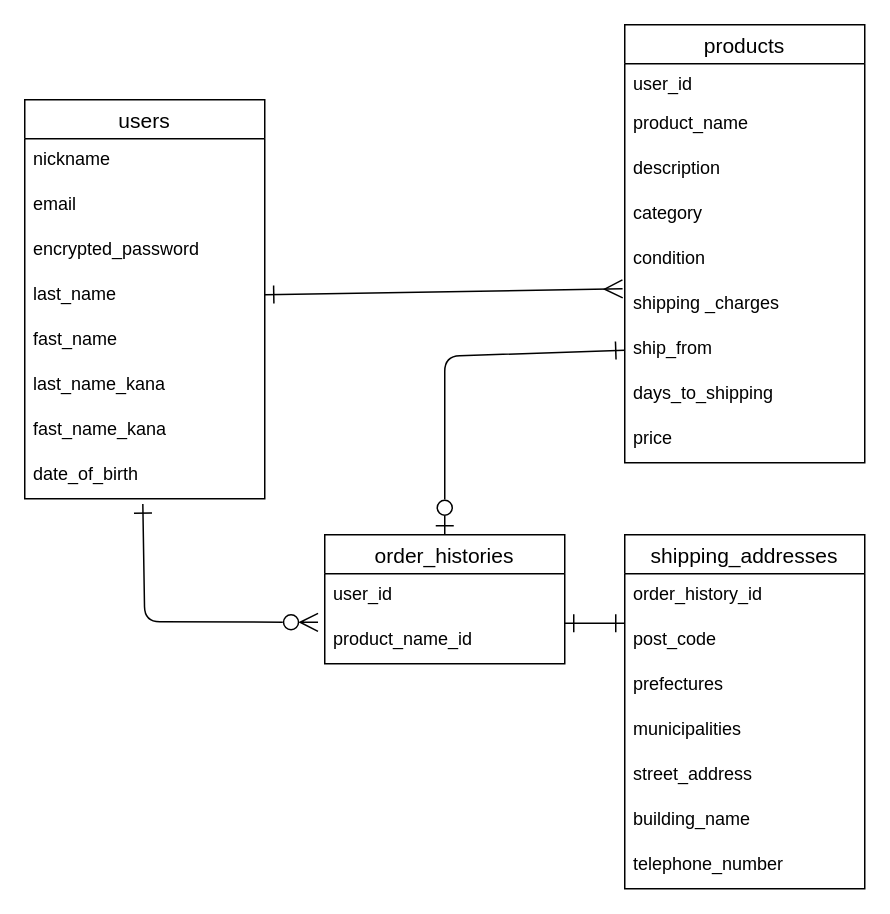
The draw.io diagram frima.dio in EngineerKubo/furima-40425, before the edit. Source tidied: cells renumbered, new cells numbered last; positions are measured from the earlier drawing's top-left corner, leaving out a move shared by most shapes. Both pictures are drawn from the tidied source at 150%, with x=0, y=0 at pixel (24, 24).
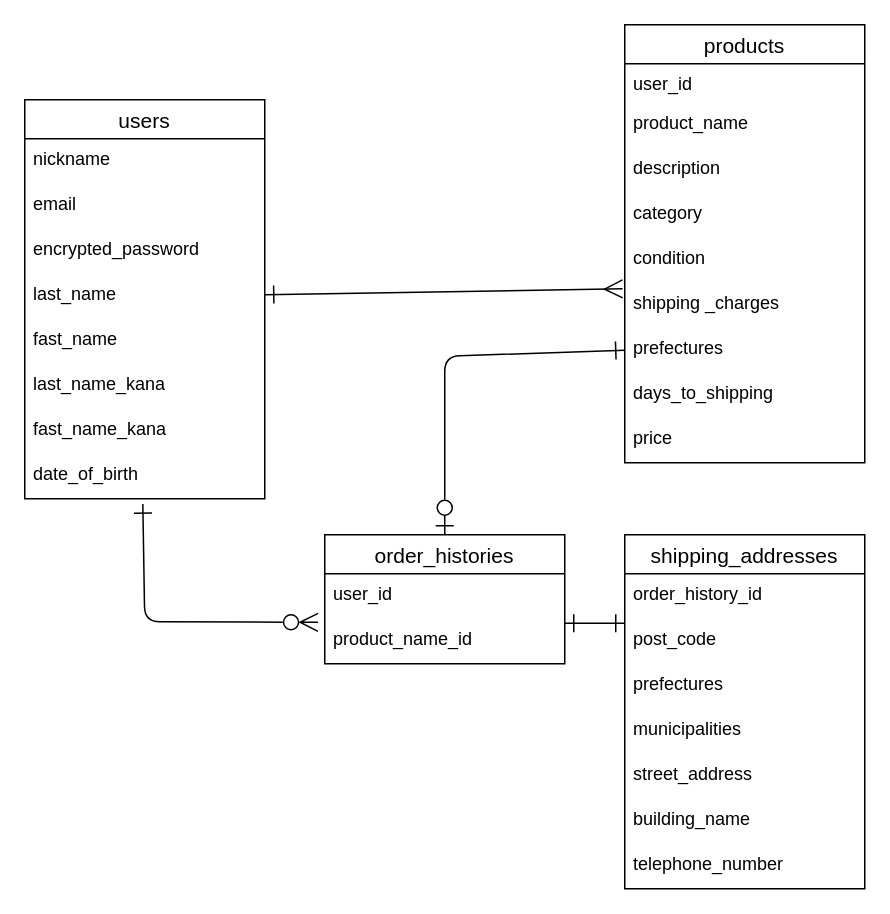
The same diagram, later.

Unchanged cells that the change refers to:
```xml
<mxCell id="11" value="products" style="swimlane;fontStyle=0;horizontal=1;startSize=26;align=center;fontSize=14;" parent="1" vertex="1">
  <mxGeometry x="400" width="160" height="292" as="geometry" />
</mxCell>
```

Change to the diagram source:
```diff
@@
-    <mxCell id="18" value="ship_from" style="text;strokeColor=none;fillColor=none;spacingLeft=4;spacingRight=4;overflow=hidden;points=[[0,0.5],[1,0.5]];portConstraint=eastwest;fontSize=12;" parent="11" vertex="1">
+    <mxCell id="18" value="prefectures" style="text;strokeColor=none;fillColor=none;spacingLeft=4;spacingRight=4;overflow=hidden;points=[[0,0.5],[1,0.5]];portConstraint=eastwest;fontSize=12;" parent="11" vertex="1">
       <mxGeometry y="202" width="160" height="30" as="geometry" />
     </mxCell>
```
